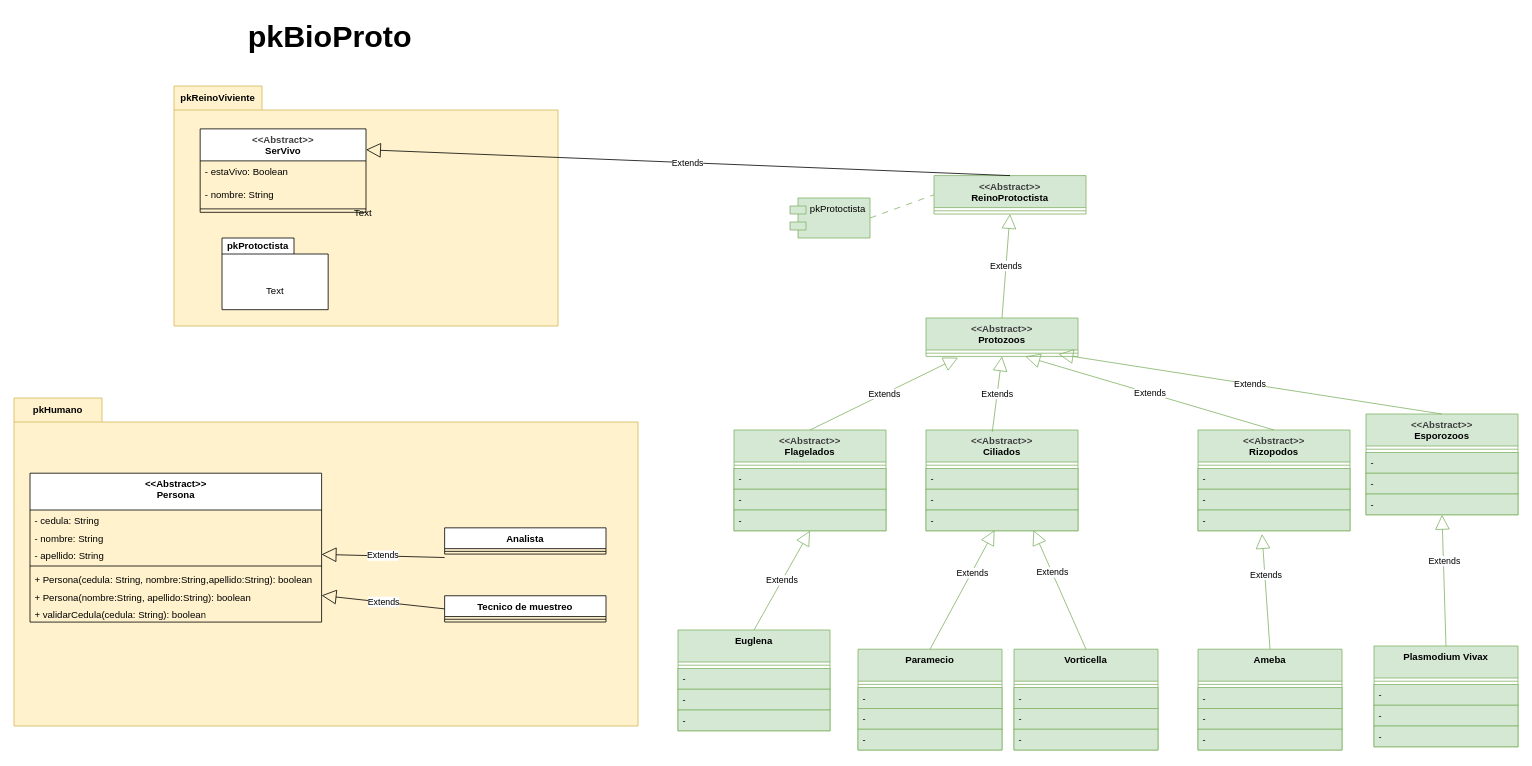
This is ReinoProtista/design/2ClassDiagrama.drawio from mat264/ReinoProtista_G3, a draw.io file, before an edit. Source tidied: cells renumbered, new cells numbered last; positions are measured from the earlier drawing's top-left corner, leaving out a move shared by most shapes. Both pictures are drawn from the tidied source at 80%, with x=0, y=0 at pixel (14, 14).
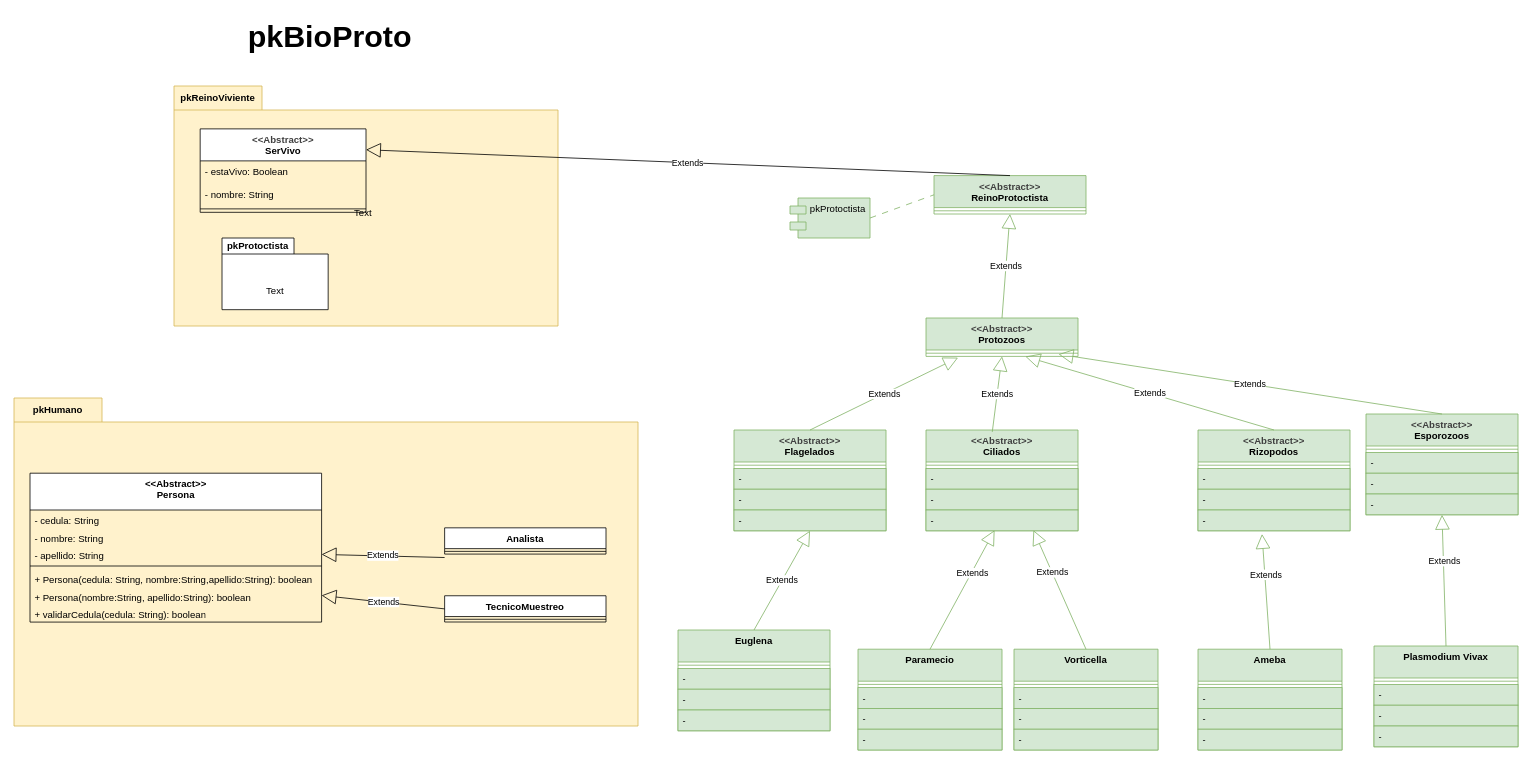
After the change.

The change refers to these unchanged cells:
```xml
<mxCell id="11" value="pkHumano" style="shape=folder;fontStyle=1;tabWidth=110;tabHeight=30;tabPosition=left;html=1;boundedLbl=1;labelInHeader=1;whiteSpace=wrap;fillColor=#fff2cc;strokeColor=#d6b656;" parent="1" vertex="1">
  <mxGeometry y="480" width="780" height="410" as="geometry" />
</mxCell>
```

Diff of the diagram source:
```diff
@@
-    <mxCell id="24" value="Tecnico de muestreo" style="swimlane;fontStyle=1;align=center;verticalAlign=top;horizontal=1;startSize=26;whiteSpace=wrap;html=1;" parent="11" vertex="1">
+    <mxCell id="24" value="TecnicoMuestreo" style="swimlane;fontStyle=1;align=center;verticalAlign=top;horizontal=1;startSize=26;whiteSpace=wrap;html=1;" parent="11" vertex="1">
       <mxGeometry x="538.3" y="247.2" width="201.7" height="32.8" as="geometry" />
     </mxCell>
```
